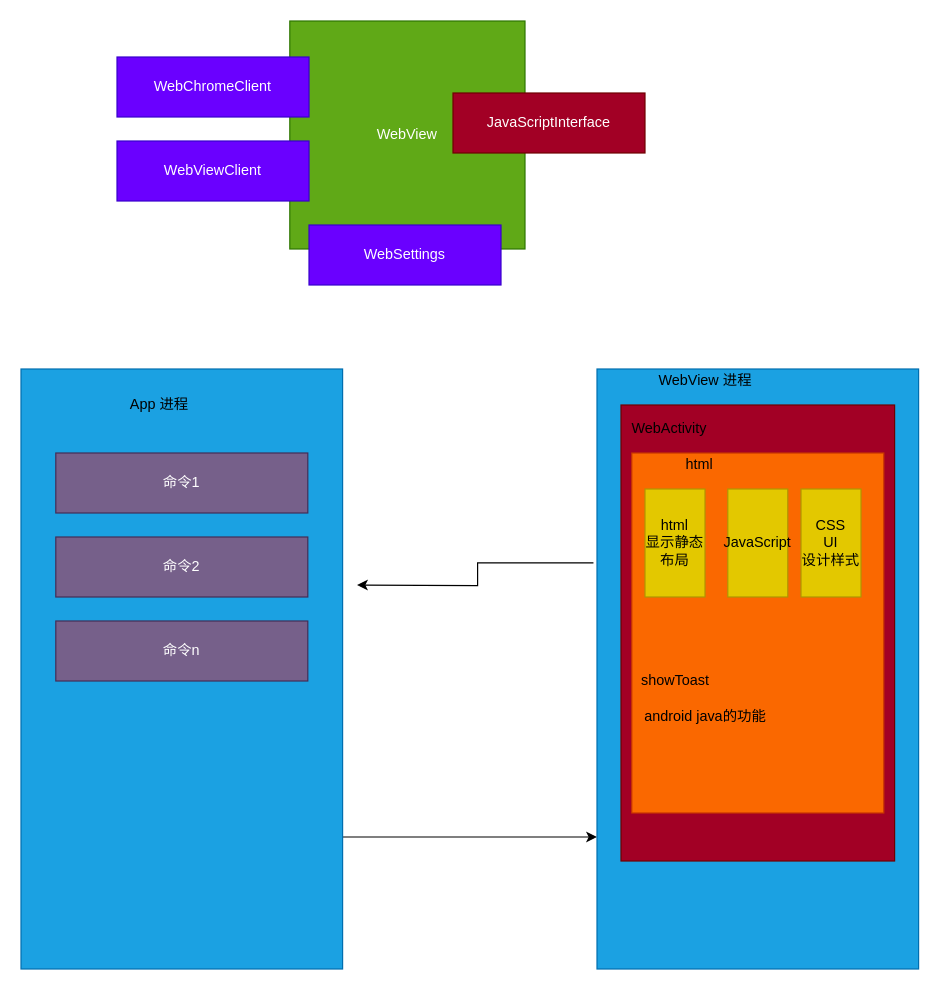
This is android_webview/readme.drawio from zcwfeng/zcw_android_demo, a draw.io file, before an edit. Source tidied: cells renumbered, new cells numbered last; positions are measured from the earlier drawing's top-left corner, leaving out a move shared by most shapes. Both pictures are drawn from the tidied source at 120%, with x=0, y=0 at pixel (20, 20).
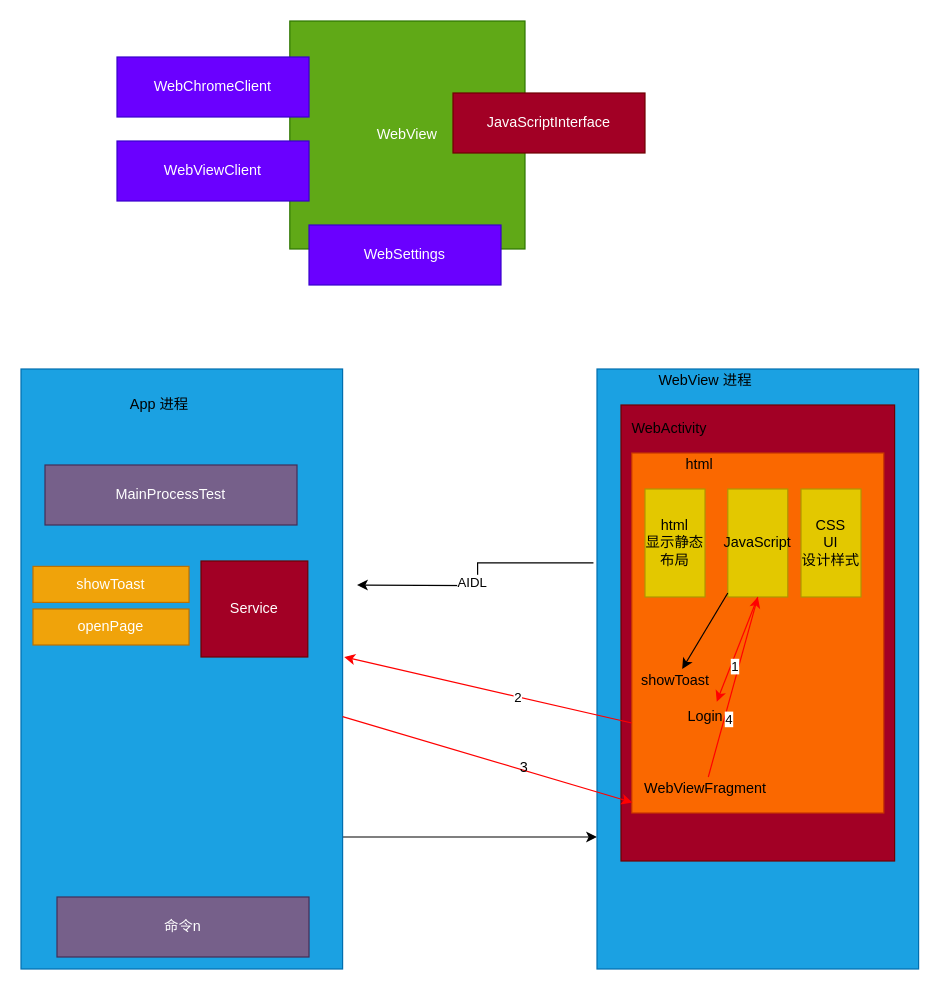
The same diagram, later.

The change refers to these unchanged cells:
```xml
<mxCell id="8" style="whiteSpace=wrap;html=1;fillColor=#1ba1e2;strokeColor=#006EAF;fontColor=#ffffff;" parent="1" vertex="1">
  <mxGeometry y="290" width="268" height="500" as="geometry" />
</mxCell>
<mxCell id="9" style="edgeStyle=orthogonalEdgeStyle;rounded=0;jettySize=auto;html=1;exitX=-0.011;exitY=0.323;exitDx=0;exitDy=0;exitPerimeter=0;" parent="1" edge="1" source="10">
  <mxGeometry relative="1" as="geometry">
    <mxPoint x="280" y="470" as="targetPoint" />
  </mxGeometry>
</mxCell>
<mxCell id="14" style="whiteSpace=wrap;html=1;fillColor=#fa6800;strokeColor=#C73500;fontColor=#ffffff;" parent="1" vertex="1">
  <mxGeometry x="509" y="360" width="210" height="300" as="geometry" />
</mxCell>
<mxCell id="17" value="&lt;font color=&quot;#000000&quot;&gt;JavaScript&lt;/font&gt;" style="whiteSpace=wrap;html=1;fillColor=#e3c800;strokeColor=#B09500;fontColor=#ffffff;" parent="1" vertex="1">
  <mxGeometry x="589" y="390" width="50" height="90" as="geometry" />
</mxCell>
<mxCell id="23" value="showToast" style="text;html=1;align=center;verticalAlign=middle;points=[];" parent="1" vertex="1">
  <mxGeometry x="510" y="540" width="70" height="20" as="geometry" />
</mxCell>
```

Diff of the diagram source:
```diff
@@
+    <mxCell id="25" value="AIDL&lt;br&gt;" style="edgeLabel;html=1;align=center;verticalAlign=middle;" parent="9" vertex="1">
+      <mxGeometry x="0.12" y="-3" relative="1" as="geometry" />
+    </mxCell>
@@
-    <mxCell id="20" value="命令1" style="whiteSpace=wrap;html=1;fillColor=#76608a;strokeColor=#432D57;fontColor=#ffffff;" parent="1" vertex="1">
-      <mxGeometry x="29" y="360" width="210" height="50" as="geometry" />
+    <mxCell id="20" value="showToast" style="whiteSpace=wrap;html=1;fillColor=#f0a30a;strokeColor=#BD7000;fontColor=#ffffff;" parent="1" vertex="1">
+      <mxGeometry x="10" y="454.5" width="130" height="30" as="geometry" />
     </mxCell>
-    <mxCell id="21" value="命令2" style="whiteSpace=wrap;html=1;fillColor=#76608a;strokeColor=#432D57;fontColor=#ffffff;" parent="1" vertex="1">
-      <mxGeometry x="29" y="430" width="210" height="50" as="geometry" />
+    <mxCell id="21" value="openPage" style="whiteSpace=wrap;html=1;fillColor=#f0a30a;strokeColor=#BD7000;fontColor=#ffffff;" parent="1" vertex="1">
+      <mxGeometry x="10" y="490" width="130" height="30" as="geometry" />
     </mxCell>
     <mxCell id="22" value="命令n" style="whiteSpace=wrap;html=1;fillColor=#76608a;strokeColor=#432D57;fontColor=#ffffff;" parent="1" vertex="1">
-      <mxGeometry x="29" y="500" width="210" height="50" as="geometry" />
+      <mxGeometry x="30" y="730" width="210" height="50" as="geometry" />
     </mxCell>
@@
-    <mxCell id="24" value="android java的功能" style="text;html=1;align=center;verticalAlign=middle;points=[];" parent="1" vertex="1">
-      <mxGeometry x="510" y="570" width="120" height="20" as="geometry" />
+    <mxCell id="24" value="Login" style="text;html=1;align=center;verticalAlign=middle;points=[];" parent="1" vertex="1">
+      <mxGeometry x="550" y="570" width="40" height="20" as="geometry" />
     </mxCell>
+    <mxCell id="26" value="WebViewFragment&lt;br&gt;" style="text;html=1;align=center;verticalAlign=middle;points=[];" parent="1" vertex="1">
+      <mxGeometry x="510" y="630" width="120" height="20" as="geometry" />
+    </mxCell>
+    <mxCell id="27" style="endArrow=classic;html=1;" parent="1" edge="1" source="17" target="23">
+      <mxGeometry relative="1" as="geometry" />
+    </mxCell>
+    <mxCell id="28" value="MainProcessTest" style="whiteSpace=wrap;html=1;fillColor=#76608a;strokeColor=#432D57;fontColor=#ffffff;" parent="1" vertex="1">
+      <mxGeometry x="20" y="370" width="210" height="50" as="geometry" />
+    </mxCell>
+    <mxCell id="29" value="Service" style="whiteSpace=wrap;html=1;fillColor=#a20025;strokeColor=#6F0000;fontColor=#ffffff;" parent="1" vertex="1">
+      <mxGeometry x="150" y="450" width="89" height="80" as="geometry" />
+    </mxCell>
+    <mxCell id="30" style="endArrow=classic;html=1;exitX=0.5;exitY=1;exitDx=0;exitDy=0;entryX=0.745;entryY=-0.14;entryDx=0;entryDy=0;entryPerimeter=0;strokeColor=#FF0000;" parent="1" edge="1" source="17" target="24">
+      <mxGeometry relative="1" as="geometry" />
+    </mxCell>
+    <mxCell id="31" style="endArrow=classic;html=1;strokeColor=#FF0000;exitX=0;exitY=0.75;exitDx=0;exitDy=0;entryX=1.005;entryY=0.48;entryDx=0;entryDy=0;entryPerimeter=0;" parent="1" edge="1" source="14" target="8">
+      <mxGeometry relative="1" as="geometry" />
+    </mxCell>
+    <mxCell id="32" value="2" style="edgeLabel;html=1;align=center;verticalAlign=middle;" parent="31" vertex="1">
+      <mxGeometry x="-0.2" relative="1" as="geometry" />
+    </mxCell>
+    <mxCell id="33" style="endArrow=classic;html=1;strokeColor=#FF0000;entryX=-0.005;entryY=1.06;entryDx=0;entryDy=0;entryPerimeter=0;" parent="1" edge="1" source="8" target="26">
+      <mxGeometry relative="1" as="geometry" />
+    </mxCell>
+    <mxCell id="34" style="endArrow=classic;html=1;strokeColor=#FF0000;entryX=0.5;entryY=1;entryDx=0;entryDy=0;" parent="1" edge="1" source="26" target="17">
+      <mxGeometry relative="1" as="geometry" />
+    </mxCell>
+    <mxCell id="35" value="1" style="edgeLabel;html=1;align=center;verticalAlign=middle;" parent="34" vertex="1">
+      <mxGeometry x="0.22" y="4" relative="1" as="geometry" />
+    </mxCell>
+    <mxCell id="36" value="4" style="edgeLabel;html=1;align=center;verticalAlign=middle;" parent="34" vertex="1">
+      <mxGeometry x="-0.34" y="-3" relative="1" as="geometry" />
+    </mxCell>
+    <mxCell id="37" value="3&lt;br&gt;" style="text;html=1;align=center;verticalAlign=middle;" parent="1" vertex="1">
+      <mxGeometry x="409" y="612" width="20" height="20" as="geometry" />
+    </mxCell>
```
